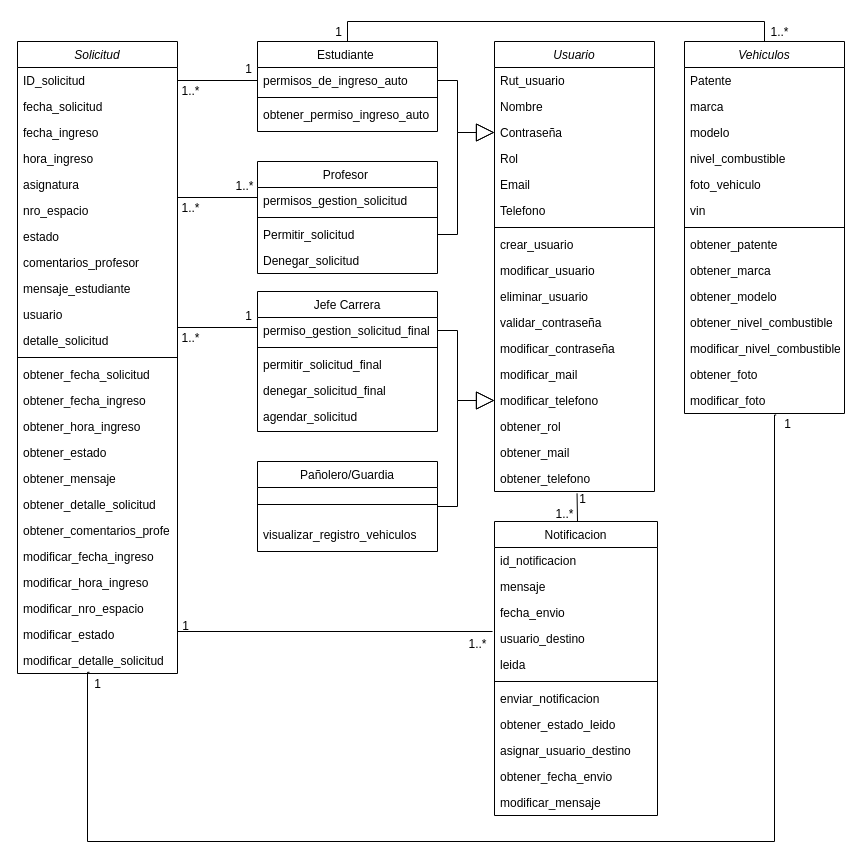
The draw.io diagram Diagrama de clases (Taller mecanico).drawio in JotaMont/evaluacion-validaciones-Front-End, before the edit. Source tidied: cells renumbered, new cells numbered last; positions are measured from the earlier drawing's top-left corner, leaving out a move shared by most shapes. Both pictures are drawn from the tidied source at 100%, with x=0, y=0 at pixel (17, 17).
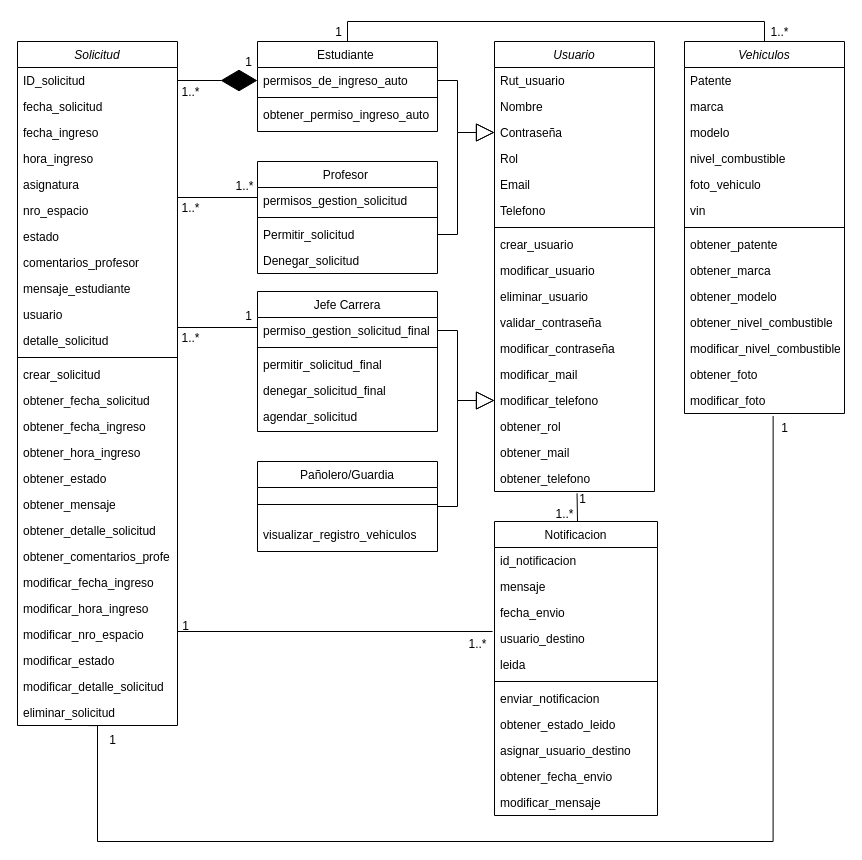
After the change.

The change refers to these unchanged cells:
```xml
<mxCell id="29" value="permisos_de_ingreso_auto" style="text;align=left;verticalAlign=top;spacingLeft=4;spacingRight=4;overflow=hidden;points=[[0,0.5],[1,0.5]];portConstraint=eastwest;rounded=0;shadow=0;html=0;" parent="28" vertex="1">
  <mxGeometry y="26" width="180" height="26" as="geometry" />
</mxCell>
<mxCell id="42" value="ID_solicitud " style="text;align=left;verticalAlign=top;spacingLeft=4;spacingRight=4;overflow=hidden;points=[[0,0.5],[1,0.5]];portConstraint=eastwest;" parent="41" vertex="1">
  <mxGeometry y="26" width="160" height="26" as="geometry" />
</mxCell>
<mxCell id="81" value="modificar_foto" style="text;align=left;verticalAlign=top;spacingLeft=4;spacingRight=4;overflow=hidden;points=[[0,0.5],[1,0.5]];portConstraint=eastwest;" parent="67" vertex="1">
  <mxGeometry y="346" width="160" height="26" as="geometry" />
</mxCell>
```

What changed in the source:
```diff
@@
     <mxCell id="41" value="Solicitud" style="swimlane;fontStyle=2;align=center;verticalAlign=top;horizontal=1;startSize=26;rounded=0;shadow=0;strokeWidth=1;" parent="1" vertex="1">
-      <mxGeometry y="24" width="160" height="632" as="geometry" />
+      <mxGeometry y="24" width="160" height="684" as="geometry" />
     </mxCell>
@@
+    <mxCell id="115" value="crear_solicitud" style="text;align=left;verticalAlign=top;spacingLeft=4;spacingRight=4;overflow=hidden;" parent="41" vertex="1">
+      <mxGeometry y="320" width="160" height="26" as="geometry" />
+    </mxCell>
     <mxCell id="54" value="obtener_fecha_solicitud" style="text;align=left;verticalAlign=top;spacingLeft=4;spacingRight=4;overflow=hidden;" parent="41" vertex="1">
-      <mxGeometry y="320" width="160" height="26" as="geometry" />
+      <mxGeometry y="346" width="160" height="26" as="geometry" />
     </mxCell>
     <mxCell id="55" value="obtener_fecha_ingreso" style="text;align=left;verticalAlign=top;spacingLeft=4;spacingRight=4;overflow=hidden;" parent="41" vertex="1">
-      <mxGeometry y="346" width="160" height="26" as="geometry" />
+      <mxGeometry y="372" width="160" height="26" as="geometry" />
     </mxCell>
     <mxCell id="56" value="obtener_hora_ingreso" style="text;align=left;verticalAlign=top;spacingLeft=4;spacingRight=4;overflow=hidden;" parent="41" vertex="1">
-      <mxGeometry y="372" width="160" height="26" as="geometry" />
+      <mxGeometry y="398" width="160" height="26" as="geometry" />
     </mxCell>
     <mxCell id="57" value="obtener_estado" style="text;align=left;verticalAlign=top;spacingLeft=4;spacingRight=4;overflow=hidden;" parent="41" vertex="1">
-      <mxGeometry y="398" width="160" height="26" as="geometry" />
+      <mxGeometry y="424" width="160" height="26" as="geometry" />
     </mxCell>
     <mxCell id="58" value="obtener_mensaje" style="text;align=left;verticalAlign=top;spacingLeft=4;spacingRight=4;overflow=hidden;" parent="41" vertex="1">
-      <mxGeometry y="424" width="160" height="26" as="geometry" />
+      <mxGeometry y="450" width="160" height="26" as="geometry" />
     </mxCell>
     <mxCell id="59" value="obtener_detalle_solicitud" style="text;align=left;verticalAlign=top;spacingLeft=4;spacingRight=4;overflow=hidden;" parent="41" vertex="1">
-      <mxGeometry y="450" width="160" height="26" as="geometry" />
+      <mxGeometry y="476" width="160" height="26" as="geometry" />
     </mxCell>
     <mxCell id="60" value="obtener_comentarios_profe" style="text;align=left;verticalAlign=top;spacingLeft=4;spacingRight=4;overflow=hidden;" parent="41" vertex="1">
-      <mxGeometry y="476" width="160" height="26" as="geometry" />
+      <mxGeometry y="502" width="160" height="26" as="geometry" />
     </mxCell>
     <mxCell id="61" value="modificar_fecha_ingreso" style="text;align=left;verticalAlign=top;spacingLeft=4;spacingRight=4;overflow=hidden;" parent="41" vertex="1">
-      <mxGeometry y="502" width="160" height="26" as="geometry" />
+      <mxGeometry y="528" width="160" height="26" as="geometry" />
     </mxCell>
     <mxCell id="62" value="modificar_hora_ingreso" style="text;align=left;verticalAlign=top;spacingLeft=4;spacingRight=4;overflow=hidden;" parent="41" vertex="1">
-      <mxGeometry y="528" width="160" height="26" as="geometry" />
+      <mxGeometry y="554" width="160" height="26" as="geometry" />
     </mxCell>
     <mxCell id="63" value="modificar_nro_espacio" style="text;align=left;verticalAlign=top;spacingLeft=4;spacingRight=4;overflow=hidden;" parent="41" vertex="1">
-      <mxGeometry y="554" width="160" height="26" as="geometry" />
+      <mxGeometry y="580" width="160" height="26" as="geometry" />
     </mxCell>
     <mxCell id="64" value="modificar_estado" style="text;align=left;verticalAlign=top;spacingLeft=4;spacingRight=4;overflow=hidden;" parent="41" vertex="1">
-      <mxGeometry y="580" width="160" height="26" as="geometry" />
+      <mxGeometry y="606" width="160" height="26" as="geometry" />
     </mxCell>
     <mxCell id="65" value="modificar_detalle_solicitud" style="text;align=left;verticalAlign=top;spacingLeft=4;spacingRight=4;overflow=hidden;" parent="41" vertex="1">
-      <mxGeometry y="606" width="160" height="26" as="geometry" />
+      <mxGeometry y="632" width="160" height="26" as="geometry" />
     </mxCell>
+    <mxCell id="116" value="eliminar_solicitud" style="text;align=left;verticalAlign=top;spacingLeft=4;spacingRight=4;overflow=hidden;" parent="41" vertex="1">
+      <mxGeometry y="658" width="160" height="26" as="geometry" />
+    </mxCell>
@@
-    <mxCell id="82" style="endArrow=none;endFill=0;html=1;align=left;verticalAlign=top;rounded=0;entryX=1;entryY=0.5;entryDx=0;entryDy=0;exitX=0;exitY=0.5;exitDx=0;exitDy=0;" parent="1" edge="1" source="29" target="42">
-      <mxGeometry x="-1" relative="1" as="geometry" />
-    </mxCell>
     <mxCell id="83" value="1..*" style="text;html=1;align=center;verticalAlign=middle;strokeColor=none;fillColor=none;" parent="1" vertex="1">
-      <mxGeometry x="153" y="59" width="40" height="30" as="geometry" />
+      <mxGeometry x="153" y="60" width="40" height="30" as="geometry" />
     </mxCell>
     <mxCell id="84" value="1" style="text;html=1;align=center;verticalAlign=middle;strokeColor=none;fillColor=none;" parent="1" vertex="1">
-      <mxGeometry x="216" y="37" width="30" height="30" as="geometry" />
+      <mxGeometry x="216" y="30" width="30" height="30" as="geometry" />
     </mxCell>
@@
-    <mxCell id="91" style="endArrow=none;endFill=0;html=1;align=left;verticalAlign=top;rounded=0;edgeStyle=orthogonalEdgeStyle;entryX=0.406;entryY=0.993;entryDx=0;entryDy=0;entryPerimeter=0;exitX=0.573;exitY=1.098;exitDx=0;exitDy=0;exitPerimeter=0;" parent="1" edge="1">
+    <mxCell id="91" style="endArrow=none;endFill=0;html=1;align=left;verticalAlign=top;rounded=0;edgeStyle=orthogonalEdgeStyle;entryX=0.406;entryY=0.993;entryDx=0;entryDy=0;entryPerimeter=0;exitX=0.554;exitY=1.095;exitDx=0;exitDy=0;exitPerimeter=0;" parent="1" edge="1" source="81">
       <mxGeometry x="-1" relative="1" as="geometry">
-        <mxPoint x="758.7" y="397.5" as="sourcePoint" />
-        <mxPoint x="72" y="654.8" as="targetPoint" />
+        <mxPoint x="71" y="708.1" as="targetPoint" />
         <Array as="points">
-          <mxPoint x="757" y="398" />
-          <mxPoint x="757" y="824" />
-          <mxPoint x="70" y="824" />
-          <mxPoint x="70" y="655" />
+          <mxPoint x="756" y="824" />
+          <mxPoint x="80" y="824" />
+          <mxPoint x="80" y="708" />
         </Array>
       </mxGeometry>
     </mxCell>
     <mxCell id="92" value="1" style="text;html=1;align=center;verticalAlign=middle;strokeColor=none;fillColor=none;" parent="1" vertex="1">
-      <mxGeometry x="755" y="392" width="30" height="30" as="geometry" />
+      <mxGeometry x="752" y="396" width="30" height="30" as="geometry" />
     </mxCell>
     <mxCell id="93" value="1" style="text;html=1;align=center;verticalAlign=middle;strokeColor=none;fillColor=none;" parent="1" vertex="1">
-      <mxGeometry x="65" y="652" width="30" height="30" as="geometry" />
+      <mxGeometry x="80" y="708" width="30" height="30" as="geometry" />
     </mxCell>
@@
+    <mxCell id="82" style="endArrow=diamondThin;endFill=1;html=1;align=left;verticalAlign=top;rounded=0;entryX=0;entryY=0.5;entryDx=0;entryDy=0;exitX=1;exitY=0.5;exitDx=0;exitDy=0;targetPerimeterSpacing=15;sourcePerimeterSpacing=0;endSize=34;" parent="1" edge="1" source="42" target="29">
+      <mxGeometry x="-1" relative="1" as="geometry" />
+    </mxCell>
```
